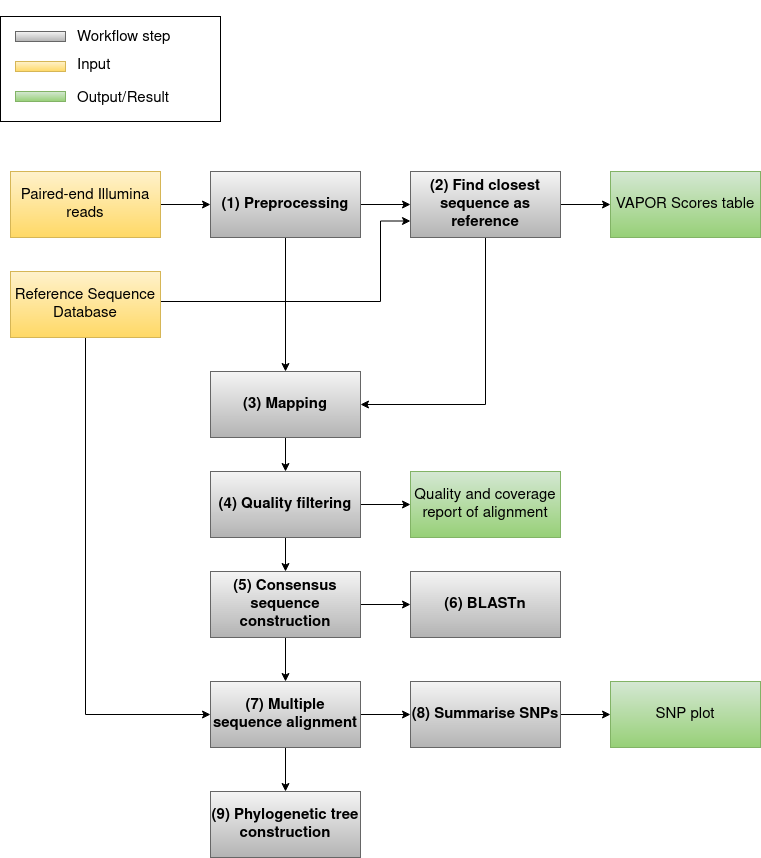
kciy/msc-thesis keeps this draw.io diagram as media/3-fmdv.png. Above is the earlier version. Source tidied: cells renumbered, new cells last; positions are measured from the earlier drawing's top-left corner, leaving out a move shared by most shapes.
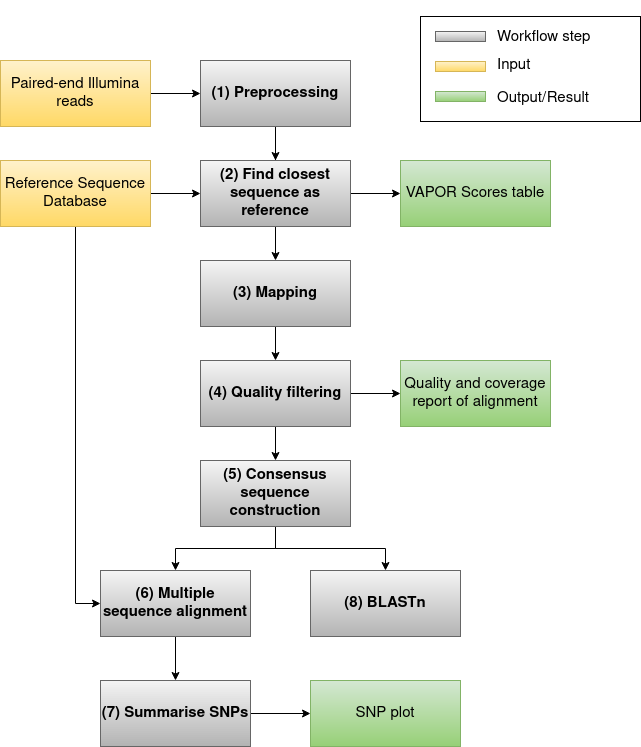
Above is the later version.

Diff of the diagram source:
```diff
@@ -8,17 +8,12 @@
     <mxCell id="3" value="Paired-end Illumina reads" style="rounded=0;whiteSpace=wrap;html=1;fontSize=15;spacing=2;fillColor=#fff2cc;gradientColor=#ffd966;strokeColor=#d6b656;fontStyle=0;" parent="1" vertex="1">
       <mxGeometry x="10" y="171" width="150" height="66" as="geometry" />
     </mxCell>
+    <mxCell id="5" style="edgeStyle=orthogonalEdgeStyle;rounded=0;jettySize=auto;html=1;exitX=0.5;exitY=1;exitDx=0;exitDy=0;entryX=0;entryY=0.5;entryDx=0;entryDy=0;" parent="1" edge="1" source="6" target="25">
+      <mxGeometry relative="1" as="geometry" />
+    </mxCell>
-    <mxCell id="4" style="edgeStyle=orthogonalEdgeStyle;rounded=0;jettySize=auto;html=1;entryX=0;entryY=0.75;entryDx=0;entryDy=0;fontSize=15;" parent="1" edge="1" source="6" target="12">
-      <mxGeometry relative="1" as="geometry">
-        <Array as="points">
-          <mxPoint x="380" y="301" />
-          <mxPoint x="380" y="221" />
-        </Array>
-      </mxGeometry>
+    <mxCell id="4" style="edgeStyle=orthogonalEdgeStyle;rounded=0;jettySize=auto;html=1;" parent="1" edge="1" source="6" target="12">
+      <mxGeometry relative="1" as="geometry" />
     </mxCell>
-    <mxCell id="5" style="edgeStyle=orthogonalEdgeStyle;rounded=0;jettySize=auto;html=1;exitX=0.5;exitY=1;exitDx=0;exitDy=0;entryX=0;entryY=0.5;entryDx=0;entryDy=0;" parent="1" edge="1" source="6" target="25">
-      <mxGeometry relative="1" as="geometry" />
-    </mxCell>
     <mxCell id="6" value="Reference Sequence Database" style="rounded=0;whiteSpace=wrap;html=1;fontSize=15;spacing=2;fillColor=#fff2cc;gradientColor=#ffd966;strokeColor=#d6b656;fontStyle=0;" parent="1" vertex="1">
       <mxGeometry x="10" y="271" width="150" height="66" as="geometry" />
     </mxCell>
@@ -34,14 +29,11 @@
     <mxCell id="10" style="edgeStyle=orthogonalEdgeStyle;rounded=0;jettySize=auto;html=1;fontSize=15;" parent="1" edge="1" source="12" target="13">
       <mxGeometry relative="1" as="geometry" />
     </mxCell>
-    <mxCell id="11" style="edgeStyle=orthogonalEdgeStyle;rounded=0;jettySize=auto;html=1;exitX=0.5;exitY=1;exitDx=0;exitDy=0;entryX=1;entryY=0.5;entryDx=0;entryDy=0;" parent="1" edge="1" source="12" target="15">
-      <mxGeometry relative="1" as="geometry" />
-    </mxCell>
     <mxCell id="12" value="&lt;b style=&quot;font-size: 15px;&quot;&gt;(2) Find closest sequence as reference&lt;br&gt;&lt;/b&gt;" style="rounded=0;whiteSpace=wrap;html=1;fontSize=15;spacing=2;fillColor=#f5f5f5;gradientColor=#b3b3b3;strokeColor=#666666;" parent="1" vertex="1">
-      <mxGeometry x="410" y="171" width="150" height="66" as="geometry" />
+      <mxGeometry x="210" y="271" width="150" height="66" as="geometry" />
     </mxCell>
     <mxCell id="13" value="VAPOR Scores table" style="rounded=0;whiteSpace=wrap;html=1;fontSize=15;spacing=2;fillColor=#d5e8d4;gradientColor=#97d077;strokeColor=#82b366;" parent="1" vertex="1">
-      <mxGeometry x="610" y="171" width="150" height="66" as="geometry" />
+      <mxGeometry x="410" y="271" width="150" height="66" as="geometry" />
     </mxCell>
     <mxCell id="14" style="edgeStyle=orthogonalEdgeStyle;rounded=0;jettySize=auto;html=1;fontSize=15;" parent="1" edge="1" source="15" target="18">
       <mxGeometry relative="1" as="geometry" />
@@ -73,44 +65,35 @@
     <mxCell id="23" style="edgeStyle=orthogonalEdgeStyle;rounded=0;jettySize=auto;html=1;fontSize=15;" parent="1" edge="1" source="25" target="27">
       <mxGeometry relative="1" as="geometry" />
     </mxCell>
-    <mxCell id="24" style="edgeStyle=orthogonalEdgeStyle;rounded=0;jettySize=auto;html=1;fontSize=15;" parent="1" edge="1" source="25" target="29">
-      <mxGeometry relative="1" as="geometry" />
-    </mxCell>
-    <mxCell id="25" value="&lt;b style=&quot;font-size: 15px;&quot;&gt;(7) Multiple sequence alignment&lt;/b&gt;" style="rounded=0;whiteSpace=wrap;html=1;fontSize=15;spacing=2;fillColor=#f5f5f5;gradientColor=#b3b3b3;strokeColor=#666666;" parent="1" vertex="1">
-      <mxGeometry x="210" y="681" width="150" height="66" as="geometry" />
+    <mxCell id="25" value="&lt;b style=&quot;font-size: 15px;&quot;&gt;(6) Multiple sequence alignment&lt;/b&gt;" style="rounded=0;whiteSpace=wrap;html=1;fontSize=15;spacing=2;fillColor=#f5f5f5;gradientColor=#b3b3b3;strokeColor=#666666;" parent="1" vertex="1">
+      <mxGeometry x="110" y="681" width="150" height="66" as="geometry" />
     </mxCell>
     <mxCell id="26" style="edgeStyle=orthogonalEdgeStyle;rounded=0;jettySize=auto;html=1;fontSize=15;" parent="1" edge="1" source="27" target="28">
       <mxGeometry relative="1" as="geometry" />
     </mxCell>
-    <mxCell id="27" value="&lt;b style=&quot;font-size: 15px;&quot;&gt;(8) Summarise SNPs&lt;/b&gt;" style="rounded=0;whiteSpace=wrap;html=1;fontSize=15;spacing=2;fillColor=#f5f5f5;gradientColor=#b3b3b3;strokeColor=#666666;" parent="1" vertex="1">
-      <mxGeometry x="410" y="681" width="150" height="66" as="geometry" />
+    <mxCell id="27" value="&lt;b style=&quot;font-size: 15px;&quot;&gt;(7) Summarise SNPs&lt;/b&gt;" style="rounded=0;whiteSpace=wrap;html=1;fontSize=15;spacing=2;fillColor=#f5f5f5;gradientColor=#b3b3b3;strokeColor=#666666;" parent="1" vertex="1">
+      <mxGeometry x="110" y="791" width="150" height="66" as="geometry" />
     </mxCell>
     <mxCell id="28" value="SNP plot" style="rounded=0;whiteSpace=wrap;html=1;fontSize=15;spacing=2;fillColor=#d5e8d4;gradientColor=#97d077;strokeColor=#82b366;" parent="1" vertex="1">
-      <mxGeometry x="610" y="681" width="150" height="66" as="geometry" />
+      <mxGeometry x="320" y="791" width="150" height="66" as="geometry" />
     </mxCell>
-    <mxCell id="29" value="&lt;b style=&quot;font-size: 15px;&quot;&gt;(9) Phylogenetic tree construction&lt;/b&gt;" style="rounded=0;whiteSpace=wrap;html=1;fontSize=15;spacing=2;fillColor=#f5f5f5;gradientColor=#b3b3b3;strokeColor=#666666;" parent="1" vertex="1">
-      <mxGeometry x="210" y="791" width="150" height="66" as="geometry" />
-    </mxCell>
-    <mxCell id="30" style="group;" parent="1" vertex="1">
-      <mxGeometry y="1" width="295" height="160" as="geometry" />
-    </mxCell>
+    <mxCell id="36" value="&lt;b style=&quot;font-size: 15px;&quot;&gt;(8) BLASTn&lt;/b&gt;" style="rounded=0;whiteSpace=wrap;html=1;fontSize=15;spacing=2;fillColor=#f5f5f5;gradientColor=#b3b3b3;strokeColor=#666666;" parent="1" vertex="1">
+      <mxGeometry x="320" y="681" width="150" height="66" as="geometry" />
+    </mxCell>
-    <mxCell id="31" style="rounded=0;whiteSpace=wrap;html=1;fillColor=#f5f5f5;gradientColor=#b3b3b3;strokeColor=#666666;" parent="30" vertex="1">
-      <mxGeometry x="15" y="30" width="50" height="10" as="geometry" />
+    <mxCell id="31" style="rounded=0;whiteSpace=wrap;html=1;fillColor=#f5f5f5;gradientColor=#b3b3b3;strokeColor=#666666;" parent="1" vertex="1">
+      <mxGeometry x="445" y="142" width="50" height="10" as="geometry" />
     </mxCell>
-    <mxCell id="32" style="whiteSpace=wrap;html=1;fillColor=none;" parent="30" vertex="1">
-      <mxGeometry y="15" width="220" height="105" as="geometry" />
+    <mxCell id="32" style="whiteSpace=wrap;html=1;fillColor=none;" parent="1" vertex="1">
+      <mxGeometry x="430" y="127" width="220" height="105" as="geometry" />
     </mxCell>
-    <mxCell id="33" style="rounded=0;whiteSpace=wrap;html=1;fillColor=#d5e8d4;gradientColor=#97d077;strokeColor=#82b366;" parent="30" vertex="1">
-      <mxGeometry x="15" y="90" width="50" height="10" as="geometry" />
+    <mxCell id="33" style="rounded=0;whiteSpace=wrap;html=1;fillColor=#d5e8d4;gradientColor=#97d077;strokeColor=#82b366;" parent="1" vertex="1">
+      <mxGeometry x="445" y="202" width="50" height="10" as="geometry" />
     </mxCell>
-    <mxCell id="34" value="&lt;p style=&quot;line-height: 140%;&quot;&gt;&lt;/p&gt;&lt;div style=&quot;font-size: 15px; line-height: 190%;&quot; align=&quot;left&quot;&gt;&lt;font style=&quot;font-size: 15px;&quot;&gt;Workflow step&lt;br style=&quot;font-size: 15px;&quot;&gt;Input&lt;br style=&quot;font-size: 15px;&quot;&gt;&lt;/font&gt;&lt;/div&gt;&lt;div style=&quot;font-size: 15px; line-height: 250%;&quot; align=&quot;left&quot;&gt;&lt;font style=&quot;font-size: 15px;&quot;&gt;Output/Result&lt;/font&gt;&lt;/div&gt;&lt;p style=&quot;line-height: 140%;&quot;&gt;&lt;/p&gt;" style="text;html=1;align=left;verticalAlign=middle;strokeColor=none;fillColor=none;fontSize=15;" parent="30" vertex="1">
-      <mxGeometry x="75" y="-1" width="120" height="140" as="geometry" />
+    <mxCell id="34" value="&lt;p style=&quot;line-height: 140%;&quot;&gt;&lt;/p&gt;&lt;div style=&quot;font-size: 15px; line-height: 190%;&quot; align=&quot;left&quot;&gt;&lt;font style=&quot;font-size: 15px;&quot;&gt;Workflow step&lt;br style=&quot;font-size: 15px;&quot;&gt;Input&lt;br style=&quot;font-size: 15px;&quot;&gt;&lt;/font&gt;&lt;/div&gt;&lt;div style=&quot;font-size: 15px; line-height: 250%;&quot; align=&quot;left&quot;&gt;&lt;font style=&quot;font-size: 15px;&quot;&gt;Output/Result&lt;/font&gt;&lt;/div&gt;&lt;p style=&quot;line-height: 140%;&quot;&gt;&lt;/p&gt;" style="text;html=1;align=left;verticalAlign=middle;strokeColor=none;fillColor=none;fontSize=15;" parent="1" vertex="1">
+      <mxGeometry x="505" y="111" width="120" height="140" as="geometry" />
     </mxCell>
-    <mxCell id="35" style="rounded=0;whiteSpace=wrap;html=1;fillColor=#fff2cc;gradientColor=#ffd966;strokeColor=#d6b656;" parent="30" vertex="1">
-      <mxGeometry x="15" y="60" width="50" height="10" as="geometry" />
+    <mxCell id="35" style="rounded=0;whiteSpace=wrap;html=1;fillColor=#fff2cc;gradientColor=#ffd966;strokeColor=#d6b656;" parent="1" vertex="1">
+      <mxGeometry x="445" y="172" width="50" height="10" as="geometry" />
     </mxCell>
-    <mxCell id="36" value="&lt;b style=&quot;font-size: 15px;&quot;&gt;(6) BLASTn&lt;/b&gt;" style="rounded=0;whiteSpace=wrap;html=1;fontSize=15;spacing=2;fillColor=#f5f5f5;gradientColor=#b3b3b3;strokeColor=#666666;" parent="1" vertex="1">
-      <mxGeometry x="410" y="571" width="150" height="66" as="geometry" />
-    </mxCell>
   </root>
 </mxGraphModel>
```
